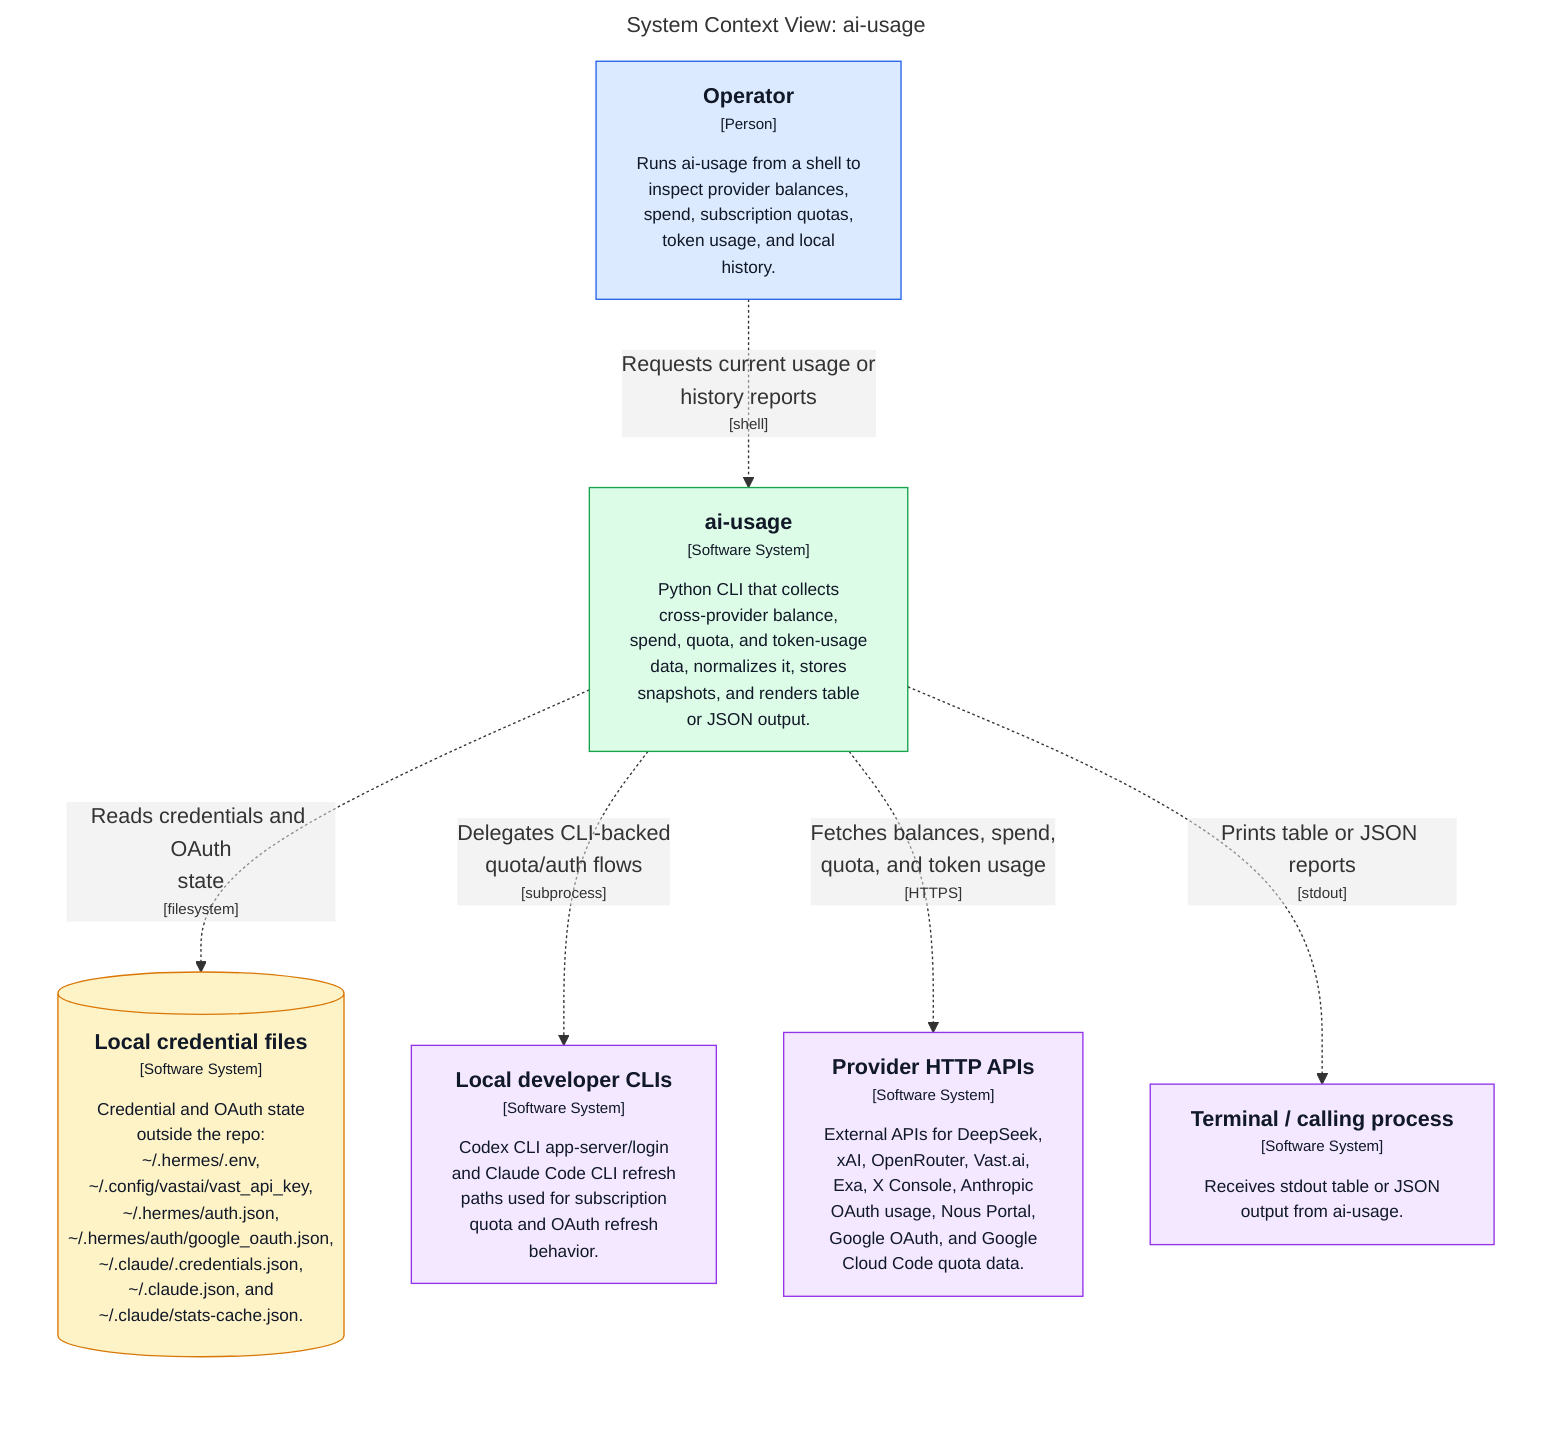
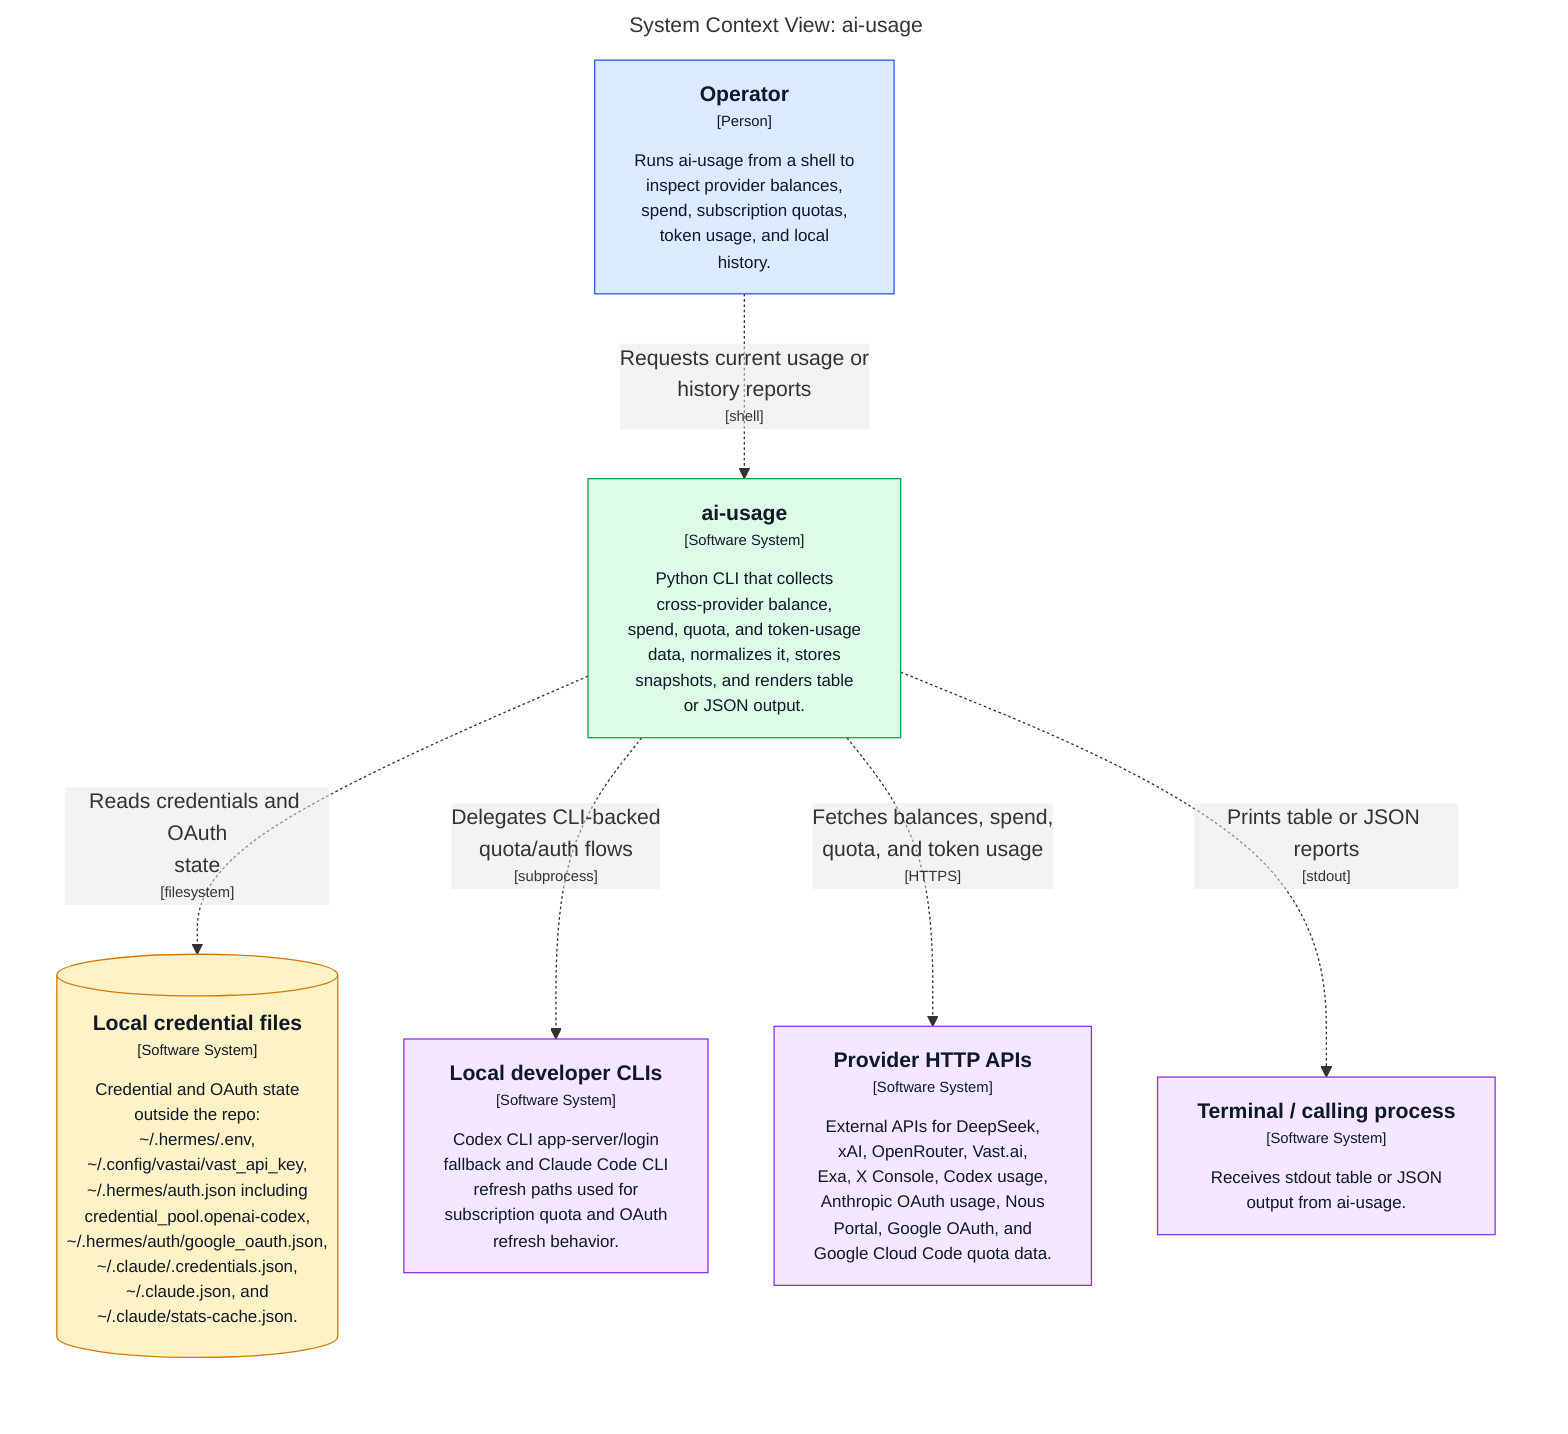
graph LR
  linkStyle default fill:#ffffff

  subgraph diagram ["System Context View: ai-usage"]
    style diagram fill:#ffffff,stroke:#ffffff

    1["<div style='font-weight: bold'>Operator</div><div style='font-size: 70%; margin-top: 0px'>[Person]</div><div style='font-size: 80%; margin-top:10px'>Runs ai-usage from a shell to<br />inspect provider balances,<br />spend, subscription quotas,<br />token usage, and local<br />history.</div>"]
    style 1 fill:#dbeafe,stroke:#2563eb,color:#111827
-     14[("<div style='font-weight: bold'>Local credential files</div><div style='font-size: 70%; margin-top: 0px'>[Software System]</div><div style='font-size: 80%; margin-top:10px'>Credential and OAuth state<br />outside the repo:<br />~/.hermes/.env,<br />~/.config/vastai/vast_api_key,<br />~/.hermes/auth.json,<br />~/.hermes/auth/google_oauth.json,<br />~/.claude/.credentials.json,<br />~/.claude.json, and<br />~/.claude/stats-cache.json.</div>")]
+     14[("<div style='font-weight: bold'>Local credential files</div><div style='font-size: 70%; margin-top: 0px'>[Software System]</div><div style='font-size: 80%; margin-top:10px'>Credential and OAuth state<br />outside the repo:<br />~/.hermes/.env,<br />~/.config/vastai/vast_api_key,<br />~/.hermes/auth.json including<br />credential_pool.openai-codex,<br />~/.hermes/auth/google_oauth.json,<br />~/.claude/.credentials.json,<br />~/.claude.json, and<br />~/.claude/stats-cache.json.</div>")]
    style 14 fill:#fef3c7,stroke:#d97706,color:#111827
-     15["<div style='font-weight: bold'>Local developer CLIs</div><div style='font-size: 70%; margin-top: 0px'>[Software System]</div><div style='font-size: 80%; margin-top:10px'>Codex CLI app-server/login<br />and Claude Code CLI refresh<br />paths used for subscription<br />quota and OAuth refresh<br />behavior.</div>"]
+     15["<div style='font-weight: bold'>Local developer CLIs</div><div style='font-size: 70%; margin-top: 0px'>[Software System]</div><div style='font-size: 80%; margin-top:10px'>Codex CLI app-server/login<br />fallback and Claude Code CLI<br />refresh paths used for<br />subscription quota and OAuth<br />refresh behavior.</div>"]
    style 15 fill:#f3e8ff,stroke:#9333ea,color:#111827
-     16["<div style='font-weight: bold'>Provider HTTP APIs</div><div style='font-size: 70%; margin-top: 0px'>[Software System]</div><div style='font-size: 80%; margin-top:10px'>External APIs for DeepSeek,<br />xAI, OpenRouter, Vast.ai,<br />Exa, X Console, Anthropic<br />OAuth usage, Nous Portal,<br />Google OAuth, and Google<br />Cloud Code quota data.</div>"]
+     16["<div style='font-weight: bold'>Provider HTTP APIs</div><div style='font-size: 70%; margin-top: 0px'>[Software System]</div><div style='font-size: 80%; margin-top:10px'>External APIs for DeepSeek,<br />xAI, OpenRouter, Vast.ai,<br />Exa, X Console, Codex usage,<br />Anthropic OAuth usage, Nous<br />Portal, Google OAuth, and<br />Google Cloud Code quota data.</div>"]
    style 16 fill:#f3e8ff,stroke:#9333ea,color:#111827
    17["<div style='font-weight: bold'>Terminal / calling process</div><div style='font-size: 70%; margin-top: 0px'>[Software System]</div><div style='font-size: 80%; margin-top:10px'>Receives stdout table or JSON<br />output from ai-usage.</div>"]
    style 17 fill:#f3e8ff,stroke:#9333ea,color:#111827
    2["<div style='font-weight: bold'>ai-usage</div><div style='font-size: 70%; margin-top: 0px'>[Software System]</div><div style='font-size: 80%; margin-top:10px'>Python CLI that collects<br />cross-provider balance,<br />spend, quota, and token-usage<br />data, normalizes it, stores<br />snapshots, and renders table<br />or JSON output.</div>"]
    style 2 fill:#dcfce7,stroke:#16a34a,color:#111827

    1-. "<div>Requests current usage or<br />history reports</div><div style='font-size: 70%'>[shell]</div>" .->2
    2-. "<div>Fetches balances, spend,<br />quota, and token usage</div><div style='font-size: 70%'>[HTTPS]</div>" .->16
    2-. "<div>Reads credentials and OAuth<br />state</div><div style='font-size: 70%'>[filesystem]</div>" .->14
    2-. "<div>Delegates CLI-backed<br />quota/auth flows</div><div style='font-size: 70%'>[subprocess]</div>" .->15
    2-. "<div>Prints table or JSON reports</div><div style='font-size: 70%'>[stdout]</div>" .->17

  end